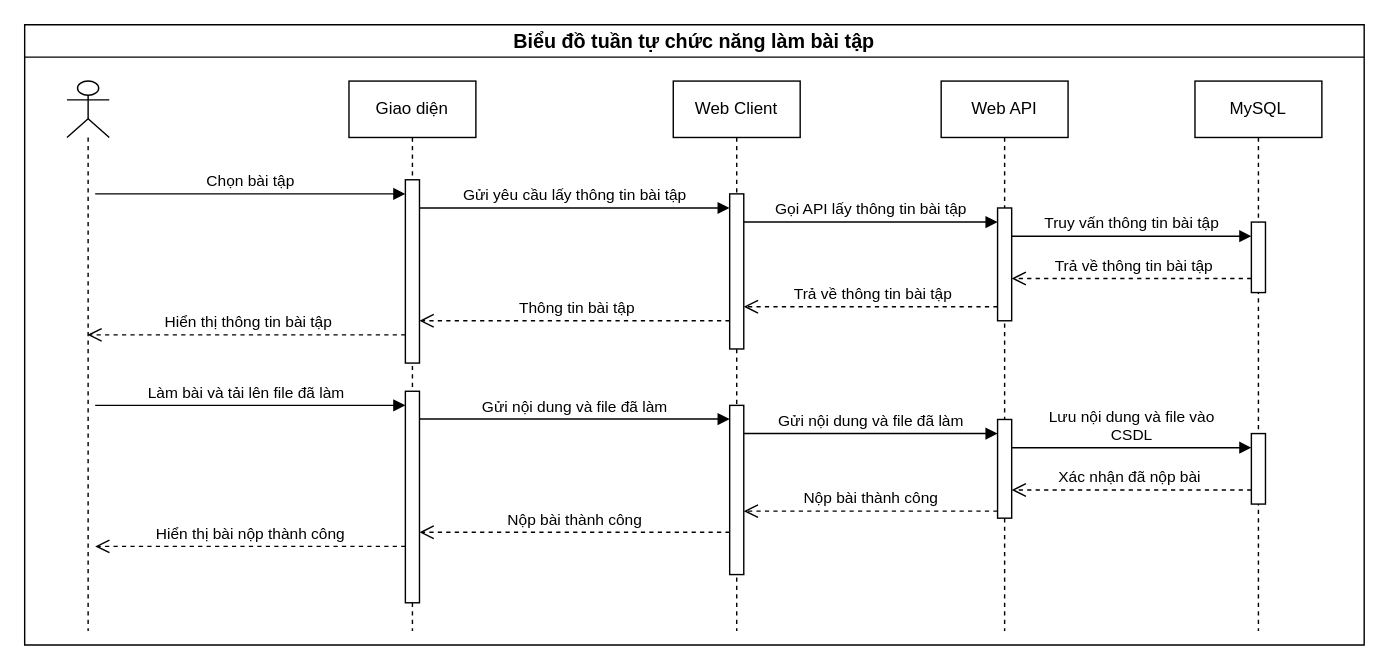
This is document/Sequences/SequencesBaiTap.drawio from toniiplaycode/DNC-Learning, a draw.io file, before an edit. Source tidied: cells renumbered, new cells numbered last; positions are measured from the earlier drawing's top-left corner, leaving out a move shared by most shapes. Both pictures are drawn from the tidied source at 141%, with x=0, y=0 at pixel (24, 24).
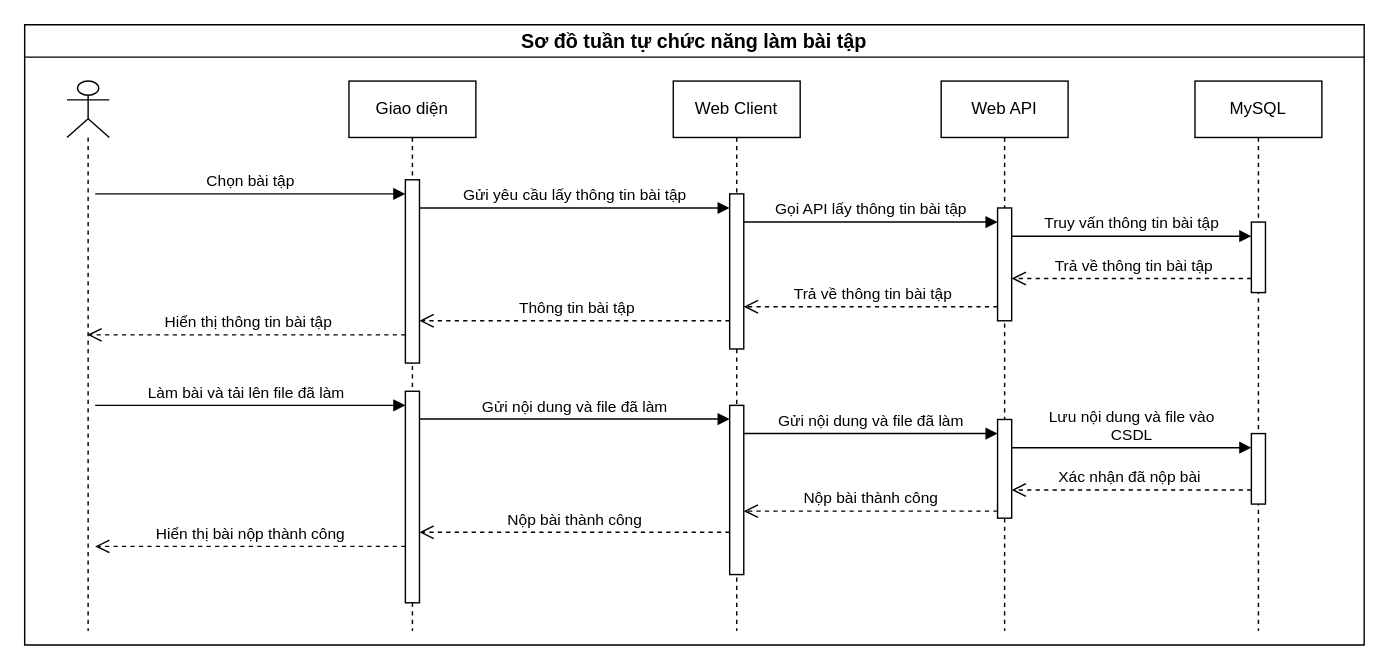
After the change.

Diff of the diagram source:
```diff
@@
-    <mxCell id="2" value="Biểu đồ tuần tự chức năng làm bài tập" style="swimlane;whiteSpace=wrap;html=1;startSize=23;fontSize=14;" parent="1" vertex="1">
+    <mxCell id="2" value="Sơ đồ tuần tự chức năng làm bài tập" style="swimlane;whiteSpace=wrap;html=1;startSize=23;fontSize=14;" parent="1" vertex="1">
       <mxGeometry width="950" height="440" as="geometry" />
     </mxCell>
```
